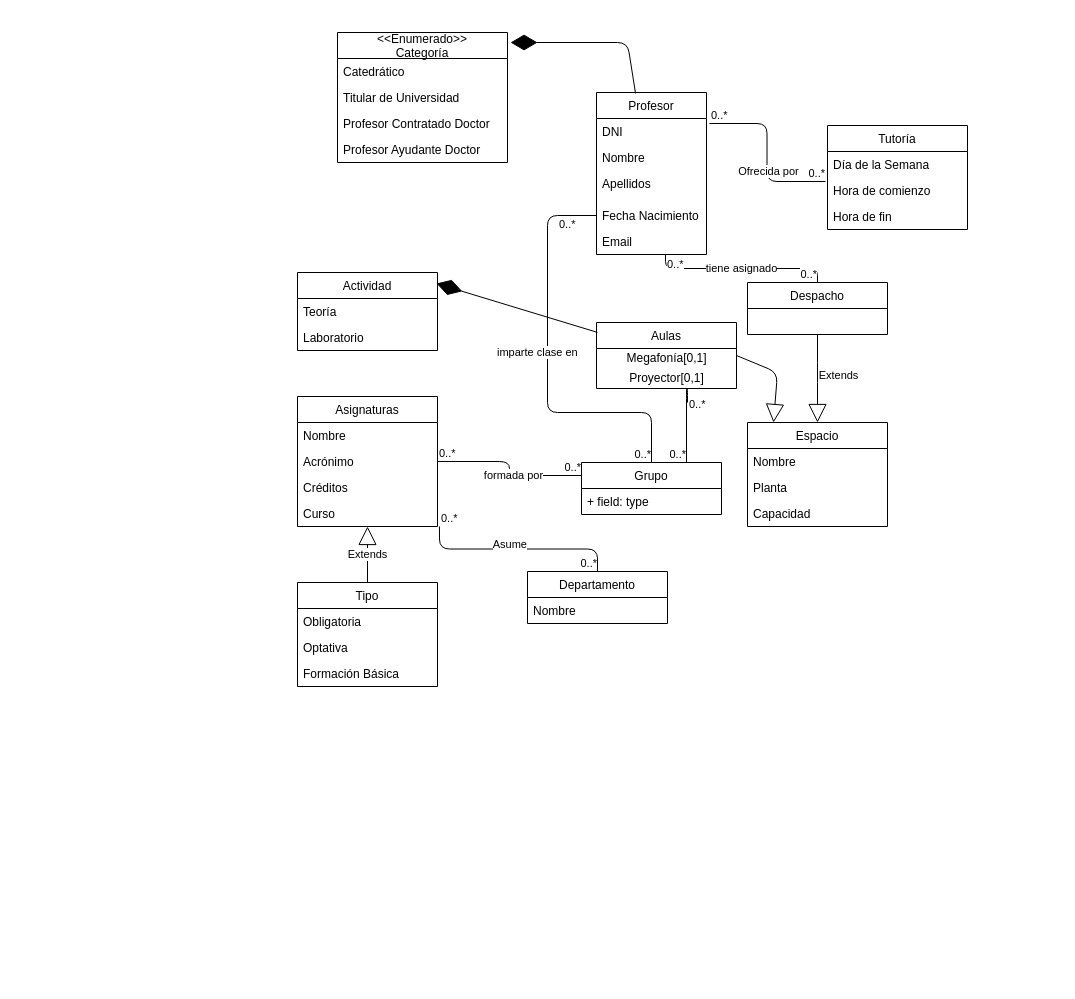
Before: entregable1IISSI.drawio in juanlo017/GUZZY, a draw.io diagram. Source tidied: cells renumbered, new cells numbered last; positions are measured from the earlier drawing's top-left corner, leaving out a move shared by most shapes. Both pictures are drawn from the tidied source at 100%, with x=0, y=0 at pixel (297, 32).
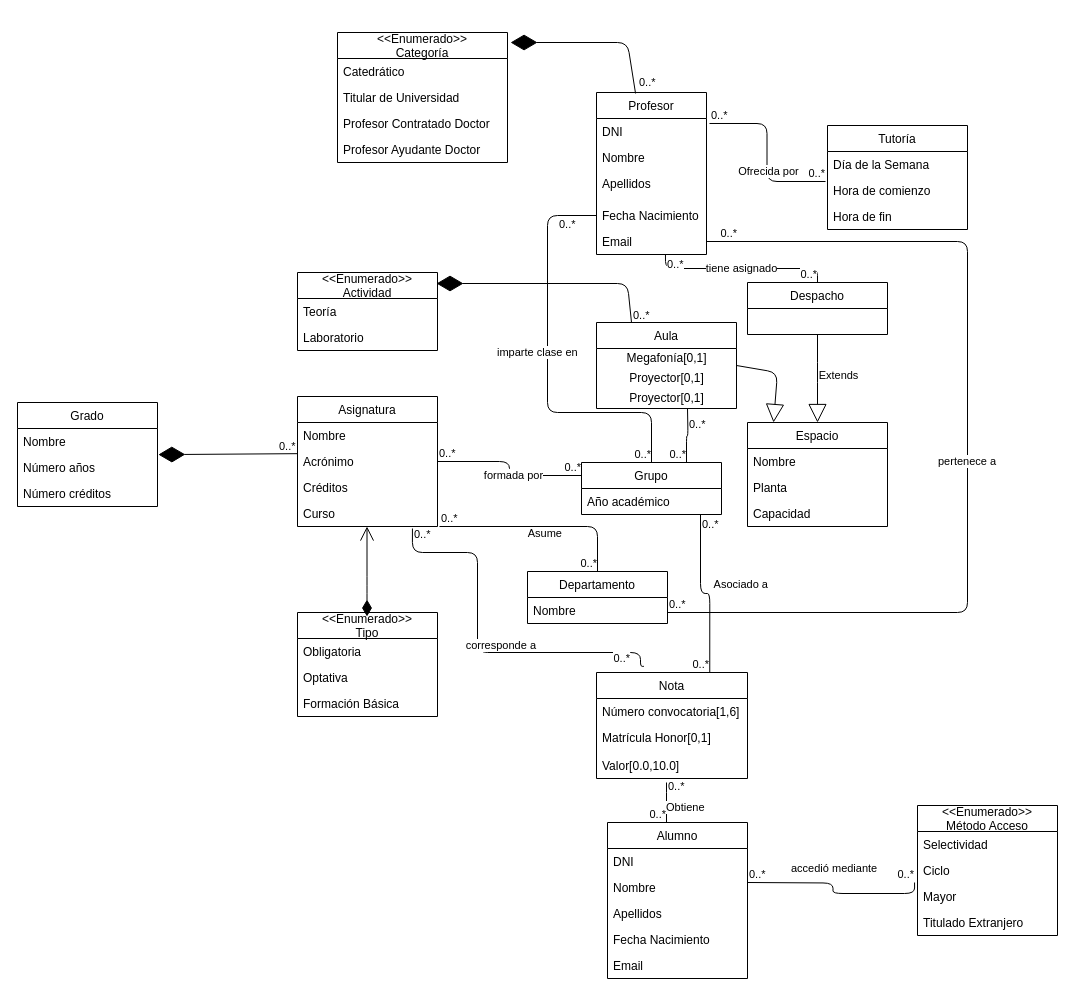
Above is the later version.

The change refers to these unchanged cells:
```xml
<mxCell id="7" value="Email&#10;" style="text;strokeColor=none;fillColor=none;align=left;verticalAlign=top;spacingLeft=4;spacingRight=4;overflow=hidden;points=[[0,0.5],[1,0.5]];portConstraint=eastwest;" parent="2" vertex="1">
  <mxGeometry y="136" width="110" height="26" as="geometry" />
</mxCell>
<mxCell id="36" value="Acrónimo" style="text;strokeColor=none;fillColor=none;align=left;verticalAlign=top;spacingLeft=4;spacingRight=4;overflow=hidden;points=[[0,0.5],[1,0.5]];portConstraint=eastwest;" parent="34" vertex="1">
  <mxGeometry y="52" width="140" height="26" as="geometry" />
</mxCell>
<mxCell id="38" value="Curso" style="text;strokeColor=none;fillColor=none;align=left;verticalAlign=top;spacingLeft=4;spacingRight=4;overflow=hidden;points=[[0,0.5],[1,0.5]];portConstraint=eastwest;" parent="34" vertex="1">
  <mxGeometry y="104" width="140" height="26" as="geometry" />
</mxCell>
<mxCell id="59" value="Grupo" style="swimlane;fontStyle=0;horizontal=1;startSize=26;fillColor=none;" parent="1" vertex="1">
  <mxGeometry x="284" y="430" width="140" height="52" as="geometry" />
</mxCell>
<mxCell id="61" value="Departamento" style="swimlane;fontStyle=0;horizontal=1;startSize=26;fillColor=none;" parent="1" vertex="1">
  <mxGeometry x="230" y="539" width="140" height="52" as="geometry" />
</mxCell>
<mxCell id="62" value="Nombre" style="text;strokeColor=none;fillColor=none;align=left;verticalAlign=top;spacingLeft=4;spacingRight=4;overflow=hidden;points=[[0,0.5],[1,0.5]];portConstraint=eastwest;" parent="61" vertex="1">
  <mxGeometry y="26" width="140" height="26" as="geometry" />
</mxCell>
```

Change to the diagram source:
```diff
@@
-    <mxCell id="20" value="Extends" style="endArrow=block;endSize=16;endFill=0;html=1;entryX=0.5;entryY=1;entryDx=0;entryDy=0;entryPerimeter=0;exitX=0.5;exitY=0;exitDx=0;exitDy=0;" parent="1" edge="1" source="39" target="38">
-      <mxGeometry relative="1" as="geometry" />
-    </mxCell>
@@
-    <mxCell id="22" value="Actividad" style="swimlane;fontStyle=0;horizontal=1;startSize=26;fillColor=none;" parent="1" vertex="1">
+    <mxCell id="22" value="&lt;&lt;Enumerado&gt;&gt;&#10;Actividad" style="swimlane;fontStyle=0;horizontal=1;startSize=26;fillColor=none;" parent="1" vertex="1">
       <mxGeometry y="240" width="140" height="78" as="geometry" />
     </mxCell>
@@
-    <mxCell id="25" style="endArrow=diamondThin;endFill=1;endSize=24;html=1;entryX=0.993;entryY=0.141;entryDx=0;entryDy=0;entryPerimeter=0;exitX=0.007;exitY=0.15;exitDx=0;exitDy=0;exitPerimeter=0;" parent="1" edge="1" source="31" target="22">
-      <mxGeometry relative="1" as="geometry" />
+    <mxCell id="25" style="endArrow=diamondThin;endFill=1;endSize=24;html=1;entryX=0.993;entryY=0.141;entryDx=0;entryDy=0;entryPerimeter=0;exitX=0.25;exitY=0;exitDx=0;exitDy=0;" parent="1" edge="1" source="31" target="22">
+      <mxGeometry relative="1" as="geometry">
+        <Array as="points">
+          <mxPoint x="330" y="251" />
+        </Array>
+      </mxGeometry>
     </mxCell>
@@
-    <mxCell id="31" value="Aulas" style="swimlane;fontStyle=0;horizontal=1;startSize=26;fillColor=none;" parent="1" vertex="1">
-      <mxGeometry x="299" y="290" width="140" height="66" as="geometry" />
+    <mxCell id="31" value="Aula" style="swimlane;fontStyle=0;horizontal=1;startSize=26;fillColor=none;" parent="1" vertex="1">
+      <mxGeometry x="299" y="290" width="140" height="86" as="geometry" />
     </mxCell>
@@
+    <mxCell id="67" value="Proyector[0,1]" style="text;html=1;align=center;verticalAlign=middle;" parent="31" vertex="1">
+      <mxGeometry y="66" width="140" height="20" as="geometry" />
+    </mxCell>
-    <mxCell id="34" value="Asignaturas" style="swimlane;fontStyle=0;horizontal=1;startSize=26;fillColor=none;" parent="1" vertex="1">
+    <mxCell id="34" value="Asignatura" style="swimlane;fontStyle=0;horizontal=1;startSize=26;fillColor=none;" parent="1" vertex="1">
       <mxGeometry y="364" width="140" height="130" as="geometry" />
     </mxCell>
@@
-    <mxCell id="39" value="Tipo" style="swimlane;fontStyle=0;horizontal=1;startSize=26;fillColor=none;" parent="1" vertex="1">
-      <mxGeometry y="550" width="140" height="104" as="geometry" />
-    </mxCell>
-    <mxCell id="40" value="Obligatoria" style="text;strokeColor=none;fillColor=none;align=left;verticalAlign=top;spacingLeft=4;spacingRight=4;overflow=hidden;" parent="39" vertex="1">
-      <mxGeometry y="26" width="140" height="26" as="geometry" />
-    </mxCell>
-    <mxCell id="41" value="Optativa" style="text;strokeColor=none;fillColor=none;align=left;verticalAlign=top;spacingLeft=4;spacingRight=4;overflow=hidden;" parent="39" vertex="1">
-      <mxGeometry y="52" width="140" height="26" as="geometry" />
-    </mxCell>
-    <mxCell id="42" value="Formación Básica&#10;" style="text;strokeColor=none;fillColor=none;align=left;verticalAlign=top;spacingLeft=4;spacingRight=4;overflow=hidden;" parent="39" vertex="1">
-      <mxGeometry y="78" width="140" height="26" as="geometry" />
-    </mxCell>
@@
-    <mxCell id="56" style="endArrow=none;html=1;edgeStyle=orthogonalEdgeStyle;entryX=0.75;entryY=0;entryDx=0;entryDy=0;" parent="1" edge="1" target="59">
-      <mxGeometry relative="1" as="geometry">
-        <mxPoint x="390" y="370" as="sourcePoint" />
-        <Array as="points">
-          <mxPoint x="390" y="356" />
-        </Array>
-      </mxGeometry>
-    </mxCell>
-    <mxCell id="57" value="0..*" style="edgeLabel;html=1;align=left;verticalAlign=bottom;" parent="56" vertex="1">
-      <mxGeometry x="-1" relative="1" as="geometry">
-        <mxPoint y="10" as="offset" />
-      </mxGeometry>
-    </mxCell>
-    <mxCell id="58" value="0..*" style="edgeLabel;html=1;align=right;verticalAlign=bottom;" parent="56" vertex="1">
-      <mxGeometry x="1" relative="1" as="geometry" />
-    </mxCell>
@@
-    <mxCell id="60" value="+ field: type" style="text;strokeColor=none;fillColor=none;align=left;verticalAlign=top;spacingLeft=4;spacingRight=4;overflow=hidden;points=[[0,0.5],[1,0.5]];portConstraint=eastwest;" parent="59" vertex="1">
+    <mxCell id="60" value="Año académico" style="text;strokeColor=none;fillColor=none;align=left;verticalAlign=top;spacingLeft=4;spacingRight=4;overflow=hidden;points=[[0,0.5],[1,0.5]];portConstraint=eastwest;" parent="59" vertex="1">
       <mxGeometry y="26" width="140" height="26" as="geometry" />
     </mxCell>
@@
     <mxCell id="63" style="endArrow=none;html=1;edgeStyle=orthogonalEdgeStyle;entryX=0.5;entryY=0;entryDx=0;entryDy=0;exitX=1.014;exitY=1;exitDx=0;exitDy=0;exitPerimeter=0;" parent="1" edge="1" source="38" target="61">
-      <mxGeometry relative="1" as="geometry" />
+      <mxGeometry relative="1" as="geometry">
+        <Array as="points">
+          <mxPoint x="300" y="494" />
+        </Array>
+      </mxGeometry>
     </mxCell>
@@
     <mxCell id="66" value="Asume" style="edgeLabel;html=1;align=right;verticalAlign=bottom;" parent="1" vertex="1">
-      <mxGeometry x="230" y="520" as="geometry" />
+      <mxGeometry x="230" y="520" as="geometry">
+        <mxPoint x="35" y="-11" as="offset" />
+      </mxGeometry>
     </mxCell>
+    <mxCell id="68" style="endArrow=none;html=1;edgeStyle=orthogonalEdgeStyle;exitX=1;exitY=0.577;exitDx=0;exitDy=0;exitPerimeter=0;entryX=1;entryY=0.5;entryDx=0;entryDy=0;" parent="1" edge="1" source="62" target="7">
+      <mxGeometry relative="1" as="geometry">
+        <Array as="points">
+          <mxPoint x="670" y="580" />
+          <mxPoint x="670" y="209" />
+        </Array>
+      </mxGeometry>
+    </mxCell>
+    <mxCell id="69" value="0..*" style="edgeLabel;html=1;align=left;verticalAlign=bottom;" parent="68" vertex="1">
+      <mxGeometry x="-1" relative="1" as="geometry" />
+    </mxCell>
+    <mxCell id="70" value="0..*" style="edgeLabel;html=1;align=right;verticalAlign=bottom;" parent="68" vertex="1">
+      <mxGeometry x="1" relative="1" as="geometry">
+        <mxPoint x="31" as="offset" />
+      </mxGeometry>
+    </mxCell>
+    <mxCell id="71" value="pertenece a" style="edgeLabel;html=1;align=left;verticalAlign=bottom;" parent="1" vertex="1">
+      <mxGeometry x="380" y="590" as="geometry">
+        <mxPoint x="259" y="-153" as="offset" />
+      </mxGeometry>
+    </mxCell>
+    <mxCell id="72" value="accedió mediante" style="edgeLabel;html=1;align=left;verticalAlign=bottom;" parent="1" vertex="1">
+      <mxGeometry x="160" y="780" as="geometry">
+        <mxPoint x="332" y="64" as="offset" />
+      </mxGeometry>
+    </mxCell>
+    <mxCell id="73" value="&lt;&lt;Enumerado&gt;&gt;&#10;Método Acceso" style="swimlane;fontStyle=0;horizontal=1;startSize=26;fillColor=none;" parent="1" vertex="1">
+      <mxGeometry x="620" y="773" width="140" height="130" as="geometry" />
+    </mxCell>
+    <mxCell id="74" value="Selectividad" style="text;strokeColor=none;fillColor=none;align=left;verticalAlign=top;spacingLeft=4;spacingRight=4;overflow=hidden;" parent="73" vertex="1">
+      <mxGeometry y="26" width="140" height="26" as="geometry" />
+    </mxCell>
+    <mxCell id="75" value="Ciclo" style="text;strokeColor=none;fillColor=none;align=left;verticalAlign=top;spacingLeft=4;spacingRight=4;overflow=hidden;points=[[0,0.5],[1,0.5]];portConstraint=eastwest;" parent="73" vertex="1">
+      <mxGeometry y="52" width="140" height="26" as="geometry" />
+    </mxCell>
+    <mxCell id="76" value="Mayor" style="text;strokeColor=none;fillColor=none;align=left;verticalAlign=top;spacingLeft=4;spacingRight=4;overflow=hidden;" parent="73" vertex="1">
+      <mxGeometry y="78" width="140" height="26" as="geometry" />
+    </mxCell>
+    <mxCell id="77" value="Titulado Extranjero" style="text;strokeColor=none;fillColor=none;align=left;verticalAlign=top;spacingLeft=4;spacingRight=4;overflow=hidden;" parent="73" vertex="1">
+      <mxGeometry y="104" width="140" height="26" as="geometry" />
+    </mxCell>
+    <mxCell id="78" value="Nota" style="swimlane;fontStyle=0;horizontal=1;startSize=26;fillColor=none;" parent="1" vertex="1">
+      <mxGeometry x="299" y="640" width="151" height="106" as="geometry" />
+    </mxCell>
+    <mxCell id="79" value="Número convocatoria[1,6]" style="text;strokeColor=none;fillColor=none;align=left;verticalAlign=top;spacingLeft=4;spacingRight=4;overflow=hidden;" parent="78" vertex="1">
+      <mxGeometry y="26" width="151" height="26" as="geometry" />
+    </mxCell>
+    <mxCell id="80" value="Matrícula Honor[0,1]" style="text;strokeColor=none;fillColor=none;align=left;verticalAlign=top;spacingLeft=4;spacingRight=4;overflow=hidden;" parent="78" vertex="1">
+      <mxGeometry y="52" width="151" height="28" as="geometry" />
+    </mxCell>
+    <mxCell id="81" value="Valor[0.0,10.0]" style="text;strokeColor=none;fillColor=none;align=left;verticalAlign=top;spacingLeft=4;spacingRight=4;overflow=hidden;" parent="78" vertex="1">
+      <mxGeometry y="80" width="151" height="26" as="geometry" />
+    </mxCell>
+    <mxCell id="82" style="endArrow=none;html=1;edgeStyle=orthogonalEdgeStyle;entryX=0.314;entryY=-0.058;entryDx=0;entryDy=0;entryPerimeter=0;exitX=0.821;exitY=1.077;exitDx=0;exitDy=0;exitPerimeter=0;" parent="1" edge="1" source="38" target="78">
+      <mxGeometry relative="1" as="geometry">
+        <Array as="points">
+          <mxPoint x="115" y="520" />
+          <mxPoint x="180" y="520" />
+          <mxPoint x="180" y="620" />
+          <mxPoint x="343" y="620" />
+        </Array>
+      </mxGeometry>
+    </mxCell>
+    <mxCell id="83" value="0..*" style="edgeLabel;html=1;align=left;verticalAlign=bottom;" parent="82" vertex="1">
+      <mxGeometry x="-1" relative="1" as="geometry">
+        <mxPoint y="14" as="offset" />
+      </mxGeometry>
+    </mxCell>
+    <mxCell id="84" value="0..*" style="edgeLabel;html=1;align=right;verticalAlign=bottom;" parent="82" vertex="1">
+      <mxGeometry x="1" relative="1" as="geometry">
+        <mxPoint x="-13" as="offset" />
+      </mxGeometry>
+    </mxCell>
+    <mxCell id="85" value="corresponde a" style="edgeLabel;html=1;align=right;verticalAlign=bottom;" parent="1" vertex="1">
+      <mxGeometry x="340" y="646.9" as="geometry">
+        <mxPoint x="-101" y="-26" as="offset" />
+      </mxGeometry>
+    </mxCell>
+    <mxCell id="86" style="endArrow=none;html=1;edgeStyle=orthogonalEdgeStyle;entryX=0.75;entryY=0;entryDx=0;entryDy=0;exitX=0.85;exitY=1;exitDx=0;exitDy=0;exitPerimeter=0;" parent="1" edge="1" source="60" target="78">
+      <mxGeometry relative="1" as="geometry" />
+    </mxCell>
+    <mxCell id="87" value="0..*" style="edgeLabel;html=1;align=left;verticalAlign=bottom;" parent="86" vertex="1">
+      <mxGeometry x="-1" relative="1" as="geometry">
+        <mxPoint y="18" as="offset" />
+      </mxGeometry>
+    </mxCell>
+    <mxCell id="88" value="0..*" style="edgeLabel;html=1;align=right;verticalAlign=bottom;" parent="86" vertex="1">
+      <mxGeometry x="1" relative="1" as="geometry" />
+    </mxCell>
+    <mxCell id="89" value="Alumno" style="swimlane;fontStyle=0;horizontal=1;startSize=26;fillColor=none;" parent="1" vertex="1">
+      <mxGeometry x="310" y="790" width="140" height="156" as="geometry" />
+    </mxCell>
+    <mxCell id="90" value="DNI" style="text;strokeColor=none;fillColor=none;align=left;verticalAlign=top;spacingLeft=4;spacingRight=4;overflow=hidden;" parent="89" vertex="1">
+      <mxGeometry y="26" width="140" height="26" as="geometry" />
+    </mxCell>
+    <mxCell id="91" value="Nombre" style="text;strokeColor=none;fillColor=none;align=left;verticalAlign=top;spacingLeft=4;spacingRight=4;overflow=hidden;" parent="89" vertex="1">
+      <mxGeometry y="52" width="140" height="26" as="geometry" />
+    </mxCell>
+    <mxCell id="92" value="Apellidos" style="text;strokeColor=none;fillColor=none;align=left;verticalAlign=top;spacingLeft=4;spacingRight=4;overflow=hidden;" parent="89" vertex="1">
+      <mxGeometry y="78" width="140" height="26" as="geometry" />
+    </mxCell>
+    <mxCell id="93" value="Fecha Nacimiento" style="text;strokeColor=none;fillColor=none;align=left;verticalAlign=top;spacingLeft=4;spacingRight=4;overflow=hidden;" parent="89" vertex="1">
+      <mxGeometry y="104" width="140" height="26" as="geometry" />
+    </mxCell>
+    <mxCell id="94" value="Email" style="text;strokeColor=none;fillColor=none;align=left;verticalAlign=top;spacingLeft=4;spacingRight=4;overflow=hidden;" parent="89" vertex="1">
+      <mxGeometry y="130" width="140" height="26" as="geometry" />
+    </mxCell>
+    <mxCell id="95" style="endArrow=none;html=1;edgeStyle=orthogonalEdgeStyle;entryX=-0.021;entryY=0.962;entryDx=0;entryDy=0;entryPerimeter=0;" parent="1" edge="1" target="75">
+      <mxGeometry relative="1" as="geometry">
+        <mxPoint x="450" y="850" as="sourcePoint" />
+      </mxGeometry>
+    </mxCell>
+    <mxCell id="96" value="0..*" style="edgeLabel;html=1;align=left;verticalAlign=bottom;" parent="95" vertex="1">
+      <mxGeometry x="-1" relative="1" as="geometry" />
+    </mxCell>
+    <mxCell id="97" value="0..*" style="edgeLabel;html=1;align=right;verticalAlign=bottom;" parent="95" vertex="1">
+      <mxGeometry x="1" relative="1" as="geometry" />
+    </mxCell>
+    <mxCell id="98" style="endArrow=none;html=1;edgeStyle=orthogonalEdgeStyle;" parent="1" edge="1">
+      <mxGeometry relative="1" as="geometry">
+        <mxPoint x="369" y="750" as="sourcePoint" />
+        <mxPoint x="369" y="790" as="targetPoint" />
+        <Array as="points">
+          <mxPoint x="369" y="770" />
+          <mxPoint x="369" y="770" />
+        </Array>
+      </mxGeometry>
+    </mxCell>
+    <mxCell id="99" value="0..*" style="edgeLabel;html=1;align=left;verticalAlign=bottom;" parent="98" vertex="1">
+      <mxGeometry x="-1" relative="1" as="geometry">
+        <mxPoint y="12" as="offset" />
+      </mxGeometry>
+    </mxCell>
+    <mxCell id="100" value="0..*" style="edgeLabel;html=1;align=right;verticalAlign=bottom;" parent="98" vertex="1">
+      <mxGeometry x="1" relative="1" as="geometry" />
+    </mxCell>
+    <mxCell id="101" value="Obtiene" style="edgeLabel;html=1;align=left;verticalAlign=bottom;" parent="1" vertex="1">
+      <mxGeometry x="390" y="770" as="geometry">
+        <mxPoint x="-23" y="13" as="offset" />
+      </mxGeometry>
+    </mxCell>
+    <mxCell id="102" value="Asociado a" style="edgeLabel;html=1;align=right;verticalAlign=bottom;" parent="1" vertex="1">
+      <mxGeometry x="422.3" y="649.7" as="geometry">
+        <mxPoint x="49" y="-90" as="offset" />
+      </mxGeometry>
+    </mxCell>
+    <mxCell id="103" style="endArrow=open;html=1;endSize=12;startArrow=diamondThin;startSize=14;startFill=1;edgeStyle=orthogonalEdgeStyle;align=left;verticalAlign=bottom;" parent="1" edge="1">
+      <mxGeometry x="-0.56" y="30" relative="1" as="geometry">
+        <mxPoint x="69.5" y="584" as="sourcePoint" />
+        <mxPoint x="69.5" y="494" as="targetPoint" />
+        <Array as="points">
+          <mxPoint x="70" y="554" />
+          <mxPoint x="70" y="554" />
+        </Array>
+        <mxPoint x="1" as="offset" />
+      </mxGeometry>
+    </mxCell>
+    <mxCell id="39" value="&lt;&lt;Enumerado&gt;&gt;&#10;Tipo" style="swimlane;fontStyle=0;horizontal=1;startSize=26;fillColor=none;" parent="1" vertex="1">
+      <mxGeometry y="580" width="140" height="104" as="geometry" />
+    </mxCell>
+    <mxCell id="40" value="Obligatoria" style="text;strokeColor=none;fillColor=none;align=left;verticalAlign=top;spacingLeft=4;spacingRight=4;overflow=hidden;" parent="39" vertex="1">
+      <mxGeometry y="26" width="140" height="26" as="geometry" />
+    </mxCell>
+    <mxCell id="41" value="Optativa" style="text;strokeColor=none;fillColor=none;align=left;verticalAlign=top;spacingLeft=4;spacingRight=4;overflow=hidden;" parent="39" vertex="1">
+      <mxGeometry y="52" width="140" height="26" as="geometry" />
+    </mxCell>
+    <mxCell id="42" value="Formación Básica&#10;" style="text;strokeColor=none;fillColor=none;align=left;verticalAlign=top;spacingLeft=4;spacingRight=4;overflow=hidden;" parent="39" vertex="1">
+      <mxGeometry y="78" width="140" height="26" as="geometry" />
+    </mxCell>
+    <mxCell id="104" value="Grado" style="swimlane;fontStyle=0;horizontal=1;startSize=26;fillColor=none;" parent="1" vertex="1">
+      <mxGeometry x="-280" y="370" width="140" height="104" as="geometry" />
+    </mxCell>
+    <mxCell id="105" value="Nombre" style="text;strokeColor=none;fillColor=none;align=left;verticalAlign=top;spacingLeft=4;spacingRight=4;overflow=hidden;points=[[0,0.5],[1,0.5]];portConstraint=eastwest;" parent="104" vertex="1">
+      <mxGeometry y="26" width="140" height="26" as="geometry" />
+    </mxCell>
+    <mxCell id="106" value="Número años" style="text;strokeColor=none;fillColor=none;align=left;verticalAlign=top;spacingLeft=4;spacingRight=4;overflow=hidden;" parent="104" vertex="1">
+      <mxGeometry y="52" width="140" height="26" as="geometry" />
+    </mxCell>
+    <mxCell id="107" value="Número créditos" style="text;strokeColor=none;fillColor=none;align=left;verticalAlign=top;spacingLeft=4;spacingRight=4;overflow=hidden;" parent="104" vertex="1">
+      <mxGeometry y="78" width="140" height="26" as="geometry" />
+    </mxCell>
+    <mxCell id="108" style="endArrow=diamondThin;endFill=1;endSize=24;html=1;entryX=1.006;entryY=1.005;entryDx=0;entryDy=0;entryPerimeter=0;exitX=0.001;exitY=0.199;exitDx=0;exitDy=0;exitPerimeter=0;" parent="1" edge="1" source="36" target="105">
+      <mxGeometry relative="1" as="geometry" />
+    </mxCell>
+    <mxCell id="109" value="0..*&lt;br&gt;" style="edgeLabel;html=1;align=left;verticalAlign=bottom;" parent="1" vertex="1">
+      <mxGeometry x="422" y="101" as="geometry">
+        <mxPoint x="-82" y="-43" as="offset" />
+      </mxGeometry>
+    </mxCell>
+    <mxCell id="110" value="0..*&lt;br&gt;" style="edgeLabel;html=1;align=left;verticalAlign=bottom;" parent="1" vertex="1">
+      <mxGeometry x="740" y="50" as="geometry">
+        <mxPoint x="-406" y="241" as="offset" />
+      </mxGeometry>
+    </mxCell>
+    <mxCell id="111" value="0..*&lt;br&gt;" style="edgeLabel;html=1;align=left;verticalAlign=bottom;" parent="1" vertex="1">
+      <mxGeometry x="340" y="333" as="geometry">
+        <mxPoint x="-360" y="89" as="offset" />
+      </mxGeometry>
+    </mxCell>
+    <mxCell id="112" style="endArrow=none;html=1;edgeStyle=orthogonalEdgeStyle;entryX=0.75;entryY=0;entryDx=0;entryDy=0;" parent="1" edge="1" target="59">
+      <mxGeometry relative="1" as="geometry">
+        <mxPoint x="390" y="376" as="sourcePoint" />
+      </mxGeometry>
+    </mxCell>
+    <mxCell id="113" value="0..*" style="edgeLabel;html=1;align=left;verticalAlign=bottom;" parent="112" vertex="1">
+      <mxGeometry x="-1" relative="1" as="geometry">
+        <mxPoint y="24" as="offset" />
+      </mxGeometry>
+    </mxCell>
+    <mxCell id="114" value="0..*" style="edgeLabel;html=1;align=right;verticalAlign=bottom;" parent="112" vertex="1">
+      <mxGeometry x="1" relative="1" as="geometry" />
+    </mxCell>
```
